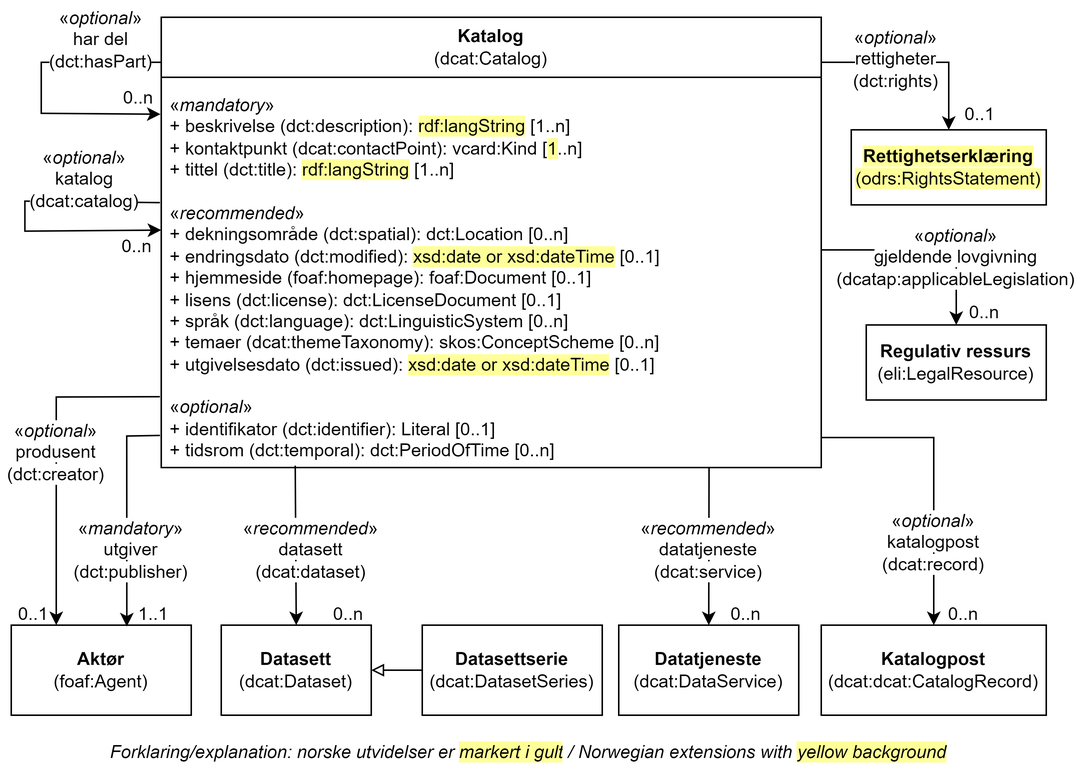
This is docs/images/Klassen-Katalog.png from Informasjonsforvaltning/dcat-ap-no, a draw.io export, as it was before one commit. Source tidied: cells renumbered, new cells last; positions are measured from the earlier drawing's top-left corner, leaving out a move shared by most shapes.
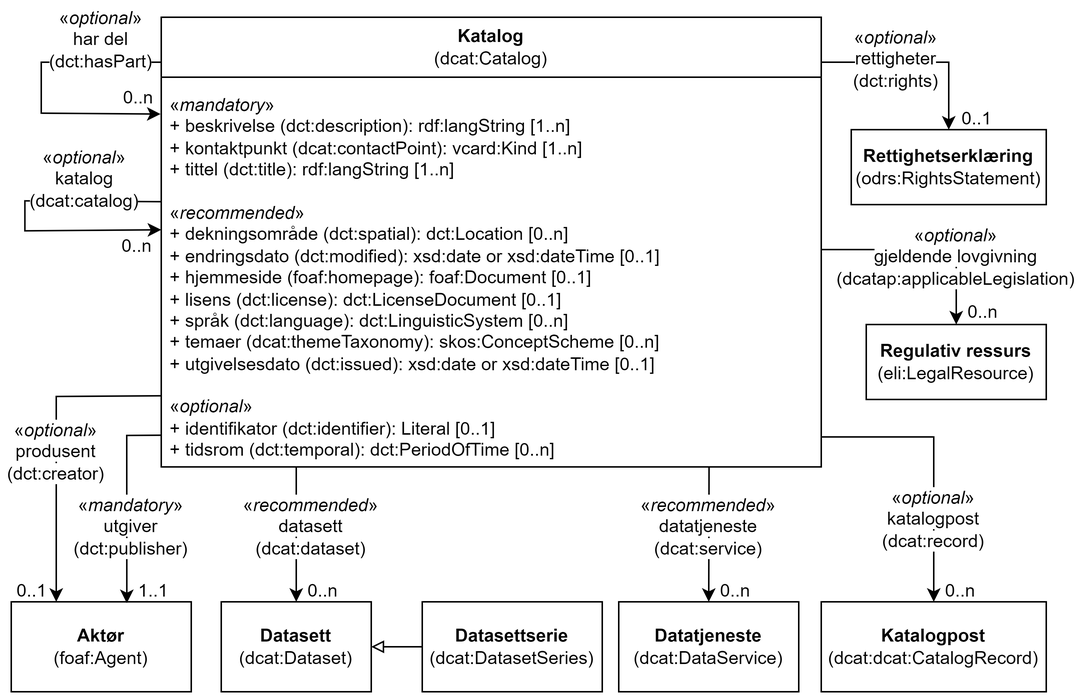
Above is the later version.

Diff of the diagram source:
```diff
@@ -5,7 +5,7 @@
     <mxCell id="2" value="Katalog&lt;br&gt;&lt;span style=&quot;font-weight: normal;&quot;&gt;(dcat:Catalog)&lt;/span&gt;" style="swimlane;whiteSpace=wrap;html=1;startSize=40;" parent="1" vertex="1">
       <mxGeometry x="100" width="440" height="300" as="geometry" />
     </mxCell>
-    <mxCell id="3" value="«&lt;i&gt;mandatory&lt;/i&gt;»&lt;br&gt;+ beskrivelse (dct:description): &lt;span style=&quot;background-color: rgb(255, 255, 153);&quot;&gt;rdf:langString&lt;/span&gt; [1..n]&lt;br&gt;+ kontaktpunkt (dcat:contactPoint): vcard:Kind [&lt;span style=&quot;background-color: rgb(255, 255, 153);&quot;&gt;1&lt;/span&gt;..n]&lt;br&gt;+ tittel (dct:title):&amp;nbsp;&lt;span style=&quot;background-color: rgb(255, 255, 153);&quot;&gt;rdf:langString&lt;/span&gt;&amp;nbsp;[1..n]&lt;br&gt;&lt;br&gt;«&lt;i&gt;recommended&lt;/i&gt;»&lt;br&gt;+ dekningsområde (dct:spatial): dct:Location [0..n]&lt;br&gt;+ endringsdato (dct:modified): &lt;span style=&quot;background-color: rgb(255, 255, 153);&quot;&gt;xsd:date or xsd:dateTime&lt;/span&gt; [0..1]&lt;br&gt;+ hjemmeside (foaf:homepage): foaf:Document [0..1]&lt;br&gt;+ lisens (dct:license): dct:LicenseDocument [0..1]&lt;br&gt;+ språk (dct:language): dct:LinguisticSystem [0..n]&lt;br&gt;+ temaer (dcat:themeTaxonomy): skos:ConceptScheme [0..n]&lt;br&gt;+ utgivelsesdato (dct:issued): &lt;span style=&quot;background-color: rgb(255, 255, 153);&quot;&gt;xsd:date or xsd:dateTime&lt;/span&gt; [0..1]&lt;br&gt;&lt;br&gt;«&lt;i&gt;optional&lt;/i&gt;»&lt;br&gt;&lt;div&gt;+ identifikator (dct:identifier): Literal [0..1]&lt;br&gt;+ tidsrom (dct:temporal): dct:PeriodOfTime [0..n]&lt;/div&gt;" style="text;strokeColor=none;fillColor=none;align=left;verticalAlign=top;spacingLeft=4;spacingRight=4;overflow=hidden;points=[[0,0.5],[1,0.5]];portConstraint=eastwest;whiteSpace=wrap;html=1;" parent="2" vertex="1">
+    <mxCell id="3" value="«&lt;i&gt;mandatory&lt;/i&gt;»&lt;br&gt;+ beskrivelse (dct:description): rdf:langString [1..n]&lt;br&gt;+ kontaktpunkt (dcat:contactPoint): vcard:Kind [1..n]&lt;br&gt;+ tittel (dct:title):&amp;nbsp;rdf:langString&amp;nbsp;[1..n]&lt;br&gt;&lt;br&gt;«&lt;i&gt;recommended&lt;/i&gt;»&lt;br&gt;+ dekningsområde (dct:spatial): dct:Location [0..n]&lt;br&gt;+ endringsdato (dct:modified): xsd:date or xsd:dateTime [0..1]&lt;br&gt;+ hjemmeside (foaf:homepage): foaf:Document [0..1]&lt;br&gt;+ lisens (dct:license): dct:LicenseDocument [0..1]&lt;br&gt;+ språk (dct:language): dct:LinguisticSystem [0..n]&lt;br&gt;+ temaer (dcat:themeTaxonomy): skos:ConceptScheme [0..n]&lt;br&gt;+ utgivelsesdato (dct:issued): xsd:date or xsd:dateTime [0..1]&lt;br&gt;&lt;br&gt;«&lt;i&gt;optional&lt;/i&gt;»&lt;br&gt;&lt;div&gt;+ identifikator (dct:identifier): Literal [0..1]&lt;br&gt;+ tidsrom (dct:temporal): dct:PeriodOfTime [0..n]&lt;/div&gt;" style="text;strokeColor=none;fillColor=none;align=left;verticalAlign=top;spacingLeft=4;spacingRight=4;overflow=hidden;points=[[0,0.5],[1,0.5]];portConstraint=eastwest;whiteSpace=wrap;html=1;" parent="2" vertex="1">
       <mxGeometry y="45" width="440" height="255" as="geometry" />
     </mxCell>
     <mxCell id="4" style="endArrow=classic;html=1;rounded=0;entryX=-0.001;entryY=0.253;entryDx=0;entryDy=0;entryPerimeter=0;" parent="2" edge="1">
@@ -18,9 +18,8 @@
         </Array>
       </mxGeometry>
     </mxCell>
-    <mxCell id="5" style="endArrow=classic;html=1;rounded=0;entryX=0.998;entryY=0.052;entryDx=0;entryDy=0;entryPerimeter=0;" parent="2" edge="1">
+    <mxCell id="5" style="endArrow=classic;html=1;rounded=0;entryX=0.998;entryY=0.052;entryDx=0;entryDy=0;entryPerimeter=0;exitX=-0.001;exitY=0.306;exitDx=0;exitDy=0;exitPerimeter=0;" parent="2" edge="1" source="3">
       <mxGeometry relative="1" as="geometry">
-        <mxPoint x="-0.9" y="123.5" as="sourcePoint" />
         <mxPoint y="141.8" as="targetPoint" />
         <Array as="points">
           <mxPoint x="-90.9" y="122.5" />
@@ -29,16 +28,16 @@
       </mxGeometry>
     </mxCell>
     <mxCell id="6" value="&lt;b&gt;Aktør&lt;/b&gt;&lt;br&gt;(foaf:Agent)" style="rounded=0;whiteSpace=wrap;html=1;" parent="1" vertex="1">
-      <mxGeometry y="405" width="120" height="60" as="geometry" />
+      <mxGeometry y="390" width="120" height="60" as="geometry" />
     </mxCell>
     <mxCell id="7" value="&lt;b&gt;Datasett&lt;/b&gt;&lt;br&gt;(dcat:Dataset)" style="rounded=0;whiteSpace=wrap;html=1;" parent="1" vertex="1">
-      <mxGeometry x="140" y="405" width="100" height="60" as="geometry" />
+      <mxGeometry x="140" y="390" width="100" height="60" as="geometry" />
     </mxCell>
     <mxCell id="8" value="&lt;b&gt;Datasettserie&lt;/b&gt;&lt;br&gt;(dcat:DatasetSeries)" style="rounded=0;whiteSpace=wrap;html=1;" parent="1" vertex="1">
-      <mxGeometry x="274" y="405" width="120" height="60" as="geometry" />
+      <mxGeometry x="274" y="390" width="120" height="60" as="geometry" />
     </mxCell>
     <mxCell id="9" value="&lt;b&gt;Datatjeneste&lt;/b&gt;&lt;br&gt;(dcat:DataService)" style="rounded=0;whiteSpace=wrap;html=1;" parent="1" vertex="1">
-      <mxGeometry x="405" y="405" width="120" height="60" as="geometry" />
+      <mxGeometry x="405" y="390" width="120" height="60" as="geometry" />
     </mxCell>
     <mxCell id="10" value="&lt;span style=&quot;background-color: rgb(255, 255, 255);&quot;&gt;«&lt;i&gt;optional&lt;/i&gt;»&lt;br&gt;har del&lt;br&gt;(dct:hasPart)&lt;/span&gt;" style="text;html=1;strokeColor=none;fillColor=none;align=center;verticalAlign=middle;whiteSpace=wrap;rounded=0;" parent="1" vertex="1">
       <mxGeometry x="30" width="60" height="30" as="geometry" />
@@ -52,7 +51,7 @@
     <mxCell id="13" value="0..n" style="text;html=1;strokeColor=none;fillColor=none;align=center;verticalAlign=middle;whiteSpace=wrap;rounded=0;" parent="1" vertex="1">
       <mxGeometry x="69.1" y="145" width="30" height="15" as="geometry" />
     </mxCell>
-    <mxCell id="14" style="endArrow=classic;html=1;rounded=0;entryX=0.25;entryY=0;entryDx=0;entryDy=0;exitX=-0.002;exitY=0.815;exitDx=0;exitDy=0;exitPerimeter=0;" parent="1" edge="1" source="3" target="6">
+    <mxCell id="14" style="endArrow=classic;html=1;rounded=0;entryX=0.25;entryY=0;entryDx=0;entryDy=0;exitX=0;exitY=0.814;exitDx=0;exitDy=0;exitPerimeter=0;" parent="1" edge="1" source="3" target="6">
       <mxGeometry relative="1" as="geometry">
         <Array as="points">
           <mxPoint x="30" y="253" />
@@ -60,9 +59,9 @@
       </mxGeometry>
     </mxCell>
     <mxCell id="15" value="1..1" style="text;html=1;strokeColor=none;fillColor=none;align=center;verticalAlign=middle;whiteSpace=wrap;rounded=0;" parent="1" vertex="1">
-      <mxGeometry x="80" y="390" width="30" height="15" as="geometry" />
+      <mxGeometry x="80" y="375" width="30" height="15" as="geometry" />
     </mxCell>
-    <mxCell id="16" style="endArrow=classic;html=1;rounded=0;entryX=0.642;entryY=0.015;entryDx=0;entryDy=0;entryPerimeter=0;exitX=-0.002;exitY=0.916;exitDx=0;exitDy=0;exitPerimeter=0;" parent="1" edge="1" source="3" target="6">
+    <mxCell id="16" style="endArrow=classic;html=1;rounded=0;entryX=0.642;entryY=0.015;entryDx=0;entryDy=0;entryPerimeter=0;exitX=-0.001;exitY=0.917;exitDx=0;exitDy=0;exitPerimeter=0;" parent="1" edge="1" source="3" target="6">
       <mxGeometry relative="1" as="geometry">
         <Array as="points">
           <mxPoint x="77" y="279" />
@@ -73,28 +72,30 @@
       <mxGeometry y="275" width="60" height="30" as="geometry" />
     </mxCell>
     <mxCell id="18" value="0..1" style="text;html=1;strokeColor=none;fillColor=none;align=center;verticalAlign=middle;whiteSpace=wrap;rounded=0;" parent="1" vertex="1">
-      <mxGeometry y="390" width="30" height="15" as="geometry" />
+      <mxGeometry x="-1" y="375" width="30" height="15" as="geometry" />
     </mxCell>
-    <mxCell id="19" style="endArrow=classic;html=1;rounded=0;entryX=0.5;entryY=0;entryDx=0;entryDy=0;exitX=0.203;exitY=0.995;exitDx=0;exitDy=0;exitPerimeter=0;" parent="1" edge="1" source="3" target="7">
-      <mxGeometry relative="1" as="geometry" />
+    <mxCell id="19" style="endArrow=classic;html=1;rounded=0;entryX=0.5;entryY=0;entryDx=0;entryDy=0;" parent="1" edge="1" target="7">
+      <mxGeometry relative="1" as="geometry">
+        <mxPoint x="190" y="300" as="sourcePoint" />
+      </mxGeometry>
     </mxCell>
     <mxCell id="20" value="&lt;span style=&quot;background-color: rgb(255, 255, 255);&quot;&gt;«&lt;i&gt;recommended&lt;/i&gt;»&lt;br&gt;datasett&lt;br&gt;(dcat:dataset)&lt;/span&gt;" style="text;html=1;strokeColor=none;fillColor=none;align=center;verticalAlign=middle;whiteSpace=wrap;rounded=0;" parent="1" vertex="1">
-      <mxGeometry x="170" y="340" width="60" height="30" as="geometry" />
+      <mxGeometry x="170" y="325" width="60" height="30" as="geometry" />
     </mxCell>
     <mxCell id="21" value="0..n" style="text;html=1;strokeColor=none;fillColor=none;align=center;verticalAlign=middle;whiteSpace=wrap;rounded=0;" parent="1" vertex="1">
-      <mxGeometry x="210" y="390" width="30" height="15" as="geometry" />
+      <mxGeometry x="193" y="375" width="30" height="15" as="geometry" />
     </mxCell>
     <mxCell id="22" style="endArrow=classic;html=1;rounded=0;entryX=0.5;entryY=0;entryDx=0;entryDy=0;exitX=0.83;exitY=0.998;exitDx=0;exitDy=0;exitPerimeter=0;" parent="1" edge="1" source="3" target="9">
       <mxGeometry relative="1" as="geometry" />
     </mxCell>
     <mxCell id="23" value="&lt;span style=&quot;background-color: rgb(255, 255, 255);&quot;&gt;«&lt;i style=&quot;&quot;&gt;recommended&lt;/i&gt;»&lt;br&gt;datatjeneste&lt;br&gt;(dcat:service)&lt;/span&gt;" style="text;html=1;strokeColor=none;fillColor=none;align=center;verticalAlign=middle;whiteSpace=wrap;rounded=0;" parent="1" vertex="1">
-      <mxGeometry x="435" y="340" width="60" height="30" as="geometry" />
+      <mxGeometry x="435" y="325" width="60" height="30" as="geometry" />
     </mxCell>
     <mxCell id="24" value="0..n" style="text;html=1;strokeColor=none;fillColor=none;align=center;verticalAlign=middle;whiteSpace=wrap;rounded=0;" parent="1" vertex="1">
-      <mxGeometry x="475" y="390" width="30" height="15" as="geometry" />
+      <mxGeometry x="468" y="375" width="30" height="15" as="geometry" />
     </mxCell>
     <mxCell id="25" value="&lt;b&gt;Katalogpost&lt;/b&gt;&lt;br&gt;(dcat:dcat:CatalogRecord)" style="rounded=0;whiteSpace=wrap;html=1;" parent="1" vertex="1">
-      <mxGeometry x="540" y="405" width="150" height="60" as="geometry" />
+      <mxGeometry x="540" y="390" width="150" height="60" as="geometry" />
     </mxCell>
     <mxCell id="26" style="endArrow=classic;html=1;rounded=0;entryX=0.5;entryY=0;entryDx=0;entryDy=0;" parent="1" edge="1" target="25">
       <mxGeometry relative="1" as="geometry">
@@ -105,13 +106,13 @@
       </mxGeometry>
     </mxCell>
     <mxCell id="27" value="0..n" style="text;html=1;strokeColor=none;fillColor=none;align=center;verticalAlign=middle;whiteSpace=wrap;rounded=0;" parent="1" vertex="1">
-      <mxGeometry x="620" y="390" width="30" height="15" as="geometry" />
+      <mxGeometry x="618" y="375" width="30" height="15" as="geometry" />
     </mxCell>
     <mxCell id="28" value="&lt;span style=&quot;background-color: rgb(255, 255, 255);&quot;&gt;«&lt;i&gt;optional&lt;/i&gt;»&lt;br&gt;katalogpost&lt;br&gt;(dcat:record)&lt;/span&gt;" style="text;html=1;strokeColor=none;fillColor=none;align=center;verticalAlign=middle;whiteSpace=wrap;rounded=0;" parent="1" vertex="1">
-      <mxGeometry x="585" y="335" width="60" height="30" as="geometry" />
+      <mxGeometry x="585" y="320" width="60" height="30" as="geometry" />
     </mxCell>
     <mxCell id="29" value="&lt;span style=&quot;background-color: rgb(255, 255, 255);&quot;&gt;«&lt;i&gt;mandatory&lt;/i&gt;»&lt;br&gt;utgiver&lt;br&gt;(dct:publisher)&lt;/span&gt;" style="text;html=1;strokeColor=none;fillColor=none;align=center;verticalAlign=middle;whiteSpace=wrap;rounded=0;" parent="1" vertex="1">
-      <mxGeometry x="30" y="340" width="100" height="30" as="geometry" />
+      <mxGeometry x="30" y="325" width="100" height="30" as="geometry" />
     </mxCell>
     <mxCell id="30" style="endArrow=block;html=1;rounded=0;exitX=0;exitY=0.5;exitDx=0;exitDy=0;entryX=1;entryY=0.5;entryDx=0;entryDy=0;endFill=0;" parent="1" edge="1" source="8" target="7">
       <mxGeometry relative="1" as="geometry" />
@@ -120,7 +121,7 @@
       <mxGeometry x="570" y="205" width="120" height="50" as="geometry" />
     </mxCell>
     <mxCell id="32" value="0..n" style="text;html=1;strokeColor=none;fillColor=none;align=center;verticalAlign=middle;whiteSpace=wrap;rounded=0;" parent="1" vertex="1">
-      <mxGeometry x="635" y="187" width="28" height="20" as="geometry" />
+      <mxGeometry x="634" y="187" width="28" height="20" as="geometry" />
     </mxCell>
     <mxCell id="33" style="endArrow=classic;html=1;rounded=0;entryX=0.5;entryY=0;entryDx=0;entryDy=0;exitX=1;exitY=0.5;exitDx=0;exitDy=0;" parent="1" edge="1" target="31">
       <mxGeometry relative="1" as="geometry">
@@ -133,7 +134,7 @@
     <mxCell id="34" value="«&lt;i style=&quot;background-color: rgb(255, 255, 255);&quot;&gt;optional&lt;/i&gt;»&lt;br&gt;&lt;span style=&quot;background-color: rgb(255, 255, 255);&quot;&gt;gjeldende lovgivning&lt;br&gt;(dcatap:applicableLegislation)&lt;/span&gt;" style="text;html=1;align=center;verticalAlign=middle;whiteSpace=wrap;rounded=0;" parent="1" vertex="1">
       <mxGeometry x="600" y="145" width="60" height="30" as="geometry" />
     </mxCell>
-    <mxCell id="35" value="&lt;span style=&quot;background-color: rgb(255, 255, 153);&quot;&gt;&lt;b&gt;Rettighetserklæring&lt;/b&gt;&lt;br&gt;(odrs:RightsStatement)&lt;/span&gt;" style="html=1;whiteSpace=wrap;" parent="1" vertex="1">
+    <mxCell id="35" value="&lt;b style=&quot;&quot;&gt;Rettighetserklæring&lt;/b&gt;&lt;br&gt;(odrs:RightsStatement)" style="html=1;whiteSpace=wrap;" parent="1" vertex="1">
       <mxGeometry x="560" y="75" width="130" height="50" as="geometry" />
     </mxCell>
     <mxCell id="36" style="endArrow=classic;html=1;rounded=0;" parent="1" edge="1">
@@ -149,10 +150,7 @@
       <mxGeometry x="560" y="20" width="60" height="30" as="geometry" />
     </mxCell>
     <mxCell id="38" value="0..1" style="text;html=1;strokeColor=none;fillColor=none;align=center;verticalAlign=middle;whiteSpace=wrap;rounded=0;" parent="1" vertex="1">
-      <mxGeometry x="632" y="55" width="28" height="20" as="geometry" />
+      <mxGeometry x="630" y="58" width="28" height="20" as="geometry" />
     </mxCell>
-    <mxCell id="39" value="Forklaring/explanation: norske utvidelser er&amp;nbsp;&lt;span style=&quot;background-color: rgb(255, 255, 153);&quot;&gt;markert i gult&lt;/span&gt;&lt;span style=&quot;background-color: rgb(255 , 255 , 255)&quot;&gt;&amp;nbsp;/&amp;nbsp;Norwegian extensions with &lt;/span&gt;&lt;span style=&quot;background-color: rgb(255, 255, 153);&quot;&gt;yellow background&lt;/span&gt;" style="text;html=1;strokeColor=none;fillColor=none;align=center;verticalAlign=middle;whiteSpace=wrap;rounded=0;fontStyle=2;" parent="1" vertex="1">
-      <mxGeometry y="480" width="690" height="20" as="geometry" />
-    </mxCell>
   </root>
 </mxGraphModel>
```
